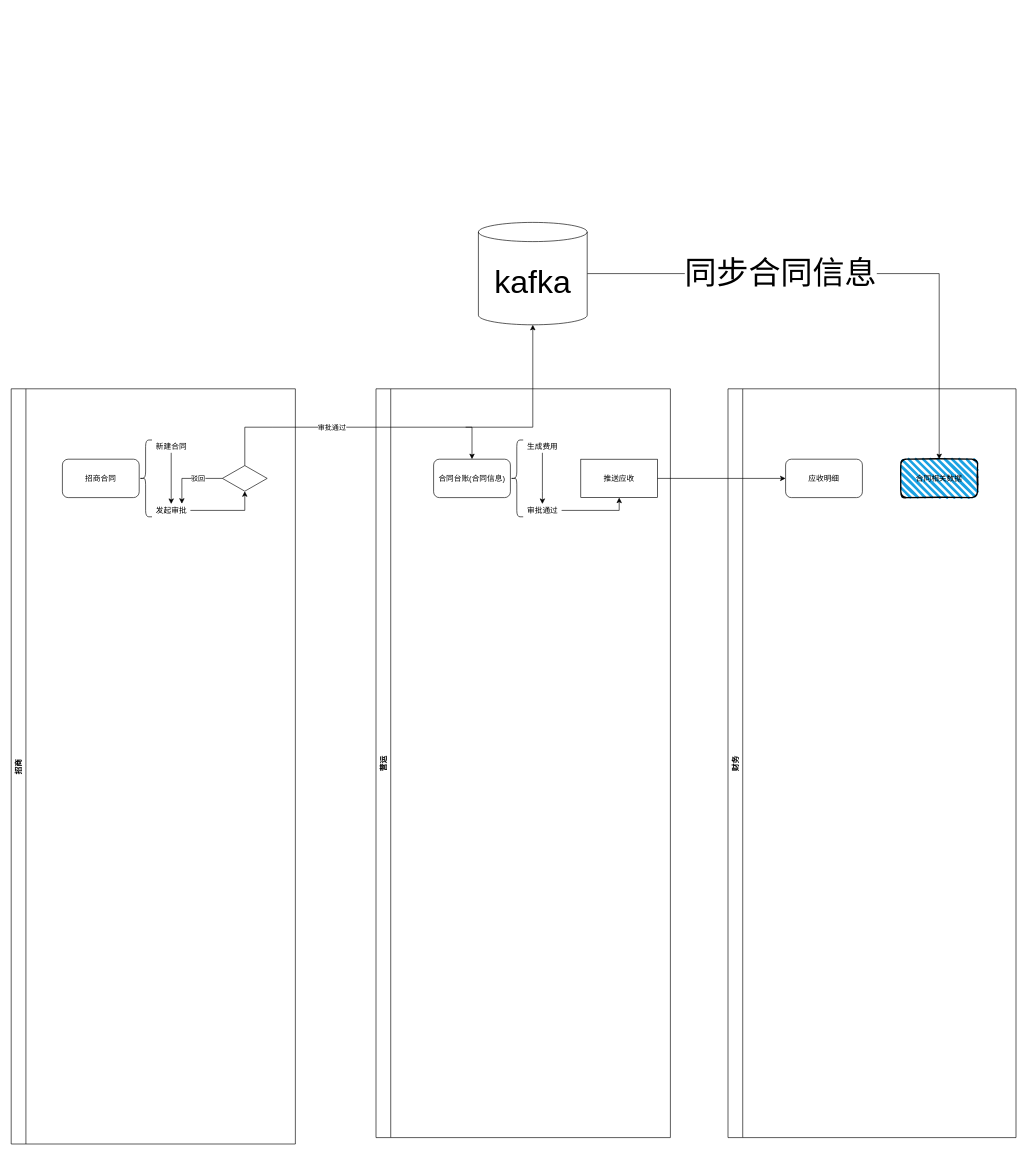
Earlier version of the draw.io diagram Untitled Diagram.drawio (lanrenspace/elementui-admin-template). Source tidied: cells renumbered, new cells numbered last; positions are measured from the earlier drawing's top-left corner, leaving out a move shared by most shapes. Both pictures are drawn from the tidied source at 64%, with x=0, y=0 at pixel (11, 222).
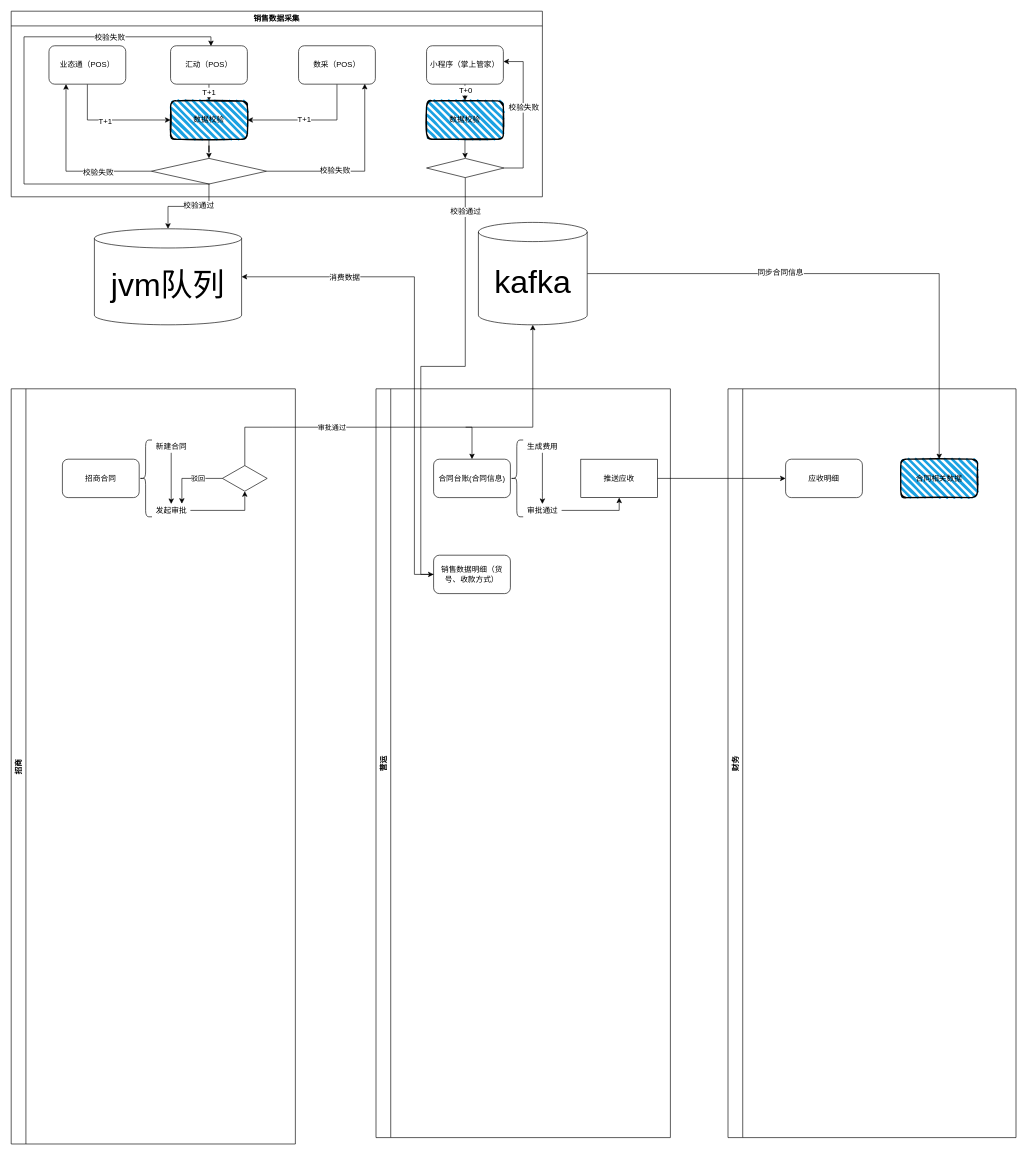
The same diagram, later.

Commit message:
数据采集流程

The change refers to these unchanged cells:
```xml
<mxCell id="12" value="营运" style="swimlane;horizontal=0;startSize=23;" parent="1" vertex="1">
  <mxGeometry x="570" y="260" width="460" height="1170" as="geometry" />
</mxCell>
<mxCell id="27" style="edgeStyle=orthogonalEdgeStyle;rounded=0;jettySize=auto;html=1;fontSize=50;" parent="1" edge="1" source="29" target="23">
  <mxGeometry relative="1" as="geometry" />
</mxCell>
```

The edit, as a diff of the source:
```diff
@@
+    <mxCell id="30" value="销售数据明细（货号、收款方式）" style="rounded=1;whiteSpace=wrap;html=1;fontSize=12;" parent="12" vertex="1">
+      <mxGeometry x="90" y="260" width="120" height="60" as="geometry" />
+    </mxCell>
@@
-    <mxCell id="28" value="同步合同信息" style="edgeLabel;html=1;align=center;verticalAlign=middle;fontSize=50;" parent="27" vertex="1">
+    <mxCell id="28" value="同步合同信息" style="edgeLabel;html=1;align=center;verticalAlign=middle;fontSize=12;" parent="27" vertex="1">
       <mxGeometry x="-0.28" y="2" relative="1" as="geometry">
         <mxPoint x="-1" as="offset" />
       </mxGeometry>
     </mxCell>
@@
+    <mxCell id="31" value="销售数据采集" style="swimlane;fontSize=12;" parent="1" vertex="1">
+      <mxGeometry y="-330" width="830" height="290" as="geometry" />
+    </mxCell>
+    <mxCell id="32" style="edgeStyle=orthogonalEdgeStyle;rounded=0;jettySize=auto;html=1;fontSize=12;entryX=0;entryY=0.5;entryDx=0;entryDy=0;" parent="31" edge="1" source="34" target="44">
+      <mxGeometry relative="1" as="geometry">
+        <Array as="points">
+          <mxPoint x="119" y="170" />
+        </Array>
+      </mxGeometry>
+    </mxCell>
+    <mxCell id="33" value="T+1" style="edgeLabel;html=1;align=center;verticalAlign=middle;fontSize=12;" parent="32" vertex="1">
+      <mxGeometry x="-0.11" y="-1" relative="1" as="geometry" />
+    </mxCell>
+    <mxCell id="34" value="业态通（POS）" style="rounded=1;whiteSpace=wrap;html=1;fontSize=12;" parent="31" vertex="1">
+      <mxGeometry x="59" y="54" width="120" height="60" as="geometry" />
+    </mxCell>
+    <mxCell id="35" value="T+1" style="edgeStyle=orthogonalEdgeStyle;rounded=0;jettySize=auto;html=1;entryX=0.5;entryY=0;entryDx=0;entryDy=0;fontSize=12;" parent="31" edge="1" source="36" target="44">
+      <mxGeometry relative="1" as="geometry" />
+    </mxCell>
+    <mxCell id="36" value="汇动（POS）" style="rounded=1;whiteSpace=wrap;html=1;fontSize=12;" parent="31" vertex="1">
+      <mxGeometry x="249" y="54" width="120" height="60" as="geometry" />
+    </mxCell>
+    <mxCell id="37" style="edgeStyle=orthogonalEdgeStyle;rounded=0;jettySize=auto;html=1;fontSize=12;entryX=1;entryY=0.5;entryDx=0;entryDy=0;" parent="31" edge="1" source="39" target="44">
+      <mxGeometry relative="1" as="geometry">
+        <Array as="points">
+          <mxPoint x="509" y="170" />
+        </Array>
+      </mxGeometry>
+    </mxCell>
+    <mxCell id="38" value="T+1" style="edgeLabel;html=1;align=center;verticalAlign=middle;fontSize=12;" parent="37" vertex="1">
+      <mxGeometry x="0.1" y="-1" relative="1" as="geometry" />
+    </mxCell>
+    <mxCell id="39" value="数采（POS）" style="rounded=1;whiteSpace=wrap;html=1;fontSize=12;" parent="31" vertex="1">
+      <mxGeometry x="449" y="54" width="120" height="60" as="geometry" />
+    </mxCell>
+    <mxCell id="40" style="edgeStyle=orthogonalEdgeStyle;rounded=0;jettySize=auto;html=1;entryX=0.5;entryY=0;entryDx=0;entryDy=0;fontSize=12;" parent="31" edge="1" source="42" target="53">
+      <mxGeometry relative="1" as="geometry" />
+    </mxCell>
+    <mxCell id="41" value="T+0" style="edgeLabel;html=1;align=center;verticalAlign=middle;fontSize=12;" parent="40" vertex="1">
+      <mxGeometry x="0.36" relative="1" as="geometry" />
+    </mxCell>
+    <mxCell id="42" value="小程序（掌上管家）" style="rounded=1;whiteSpace=wrap;html=1;fontSize=12;" parent="31" vertex="1">
+      <mxGeometry x="649" y="54" width="120" height="60" as="geometry" />
+    </mxCell>
+    <mxCell id="43" style="edgeStyle=orthogonalEdgeStyle;rounded=0;jettySize=auto;html=1;fontSize=12;" parent="31" edge="1" source="44" target="49">
+      <mxGeometry relative="1" as="geometry" />
+    </mxCell>
+    <mxCell id="44" value="数据校验" style="rounded=1;whiteSpace=wrap;html=1;strokeWidth=2;fillWeight=4;hachureGap=8;hachureAngle=45;fillColor=#1ba1e2;sketch=1;fontSize=12;" parent="31" vertex="1">
+      <mxGeometry x="249" y="140" width="120" height="60" as="geometry" />
+    </mxCell>
+    <mxCell id="45" style="edgeStyle=orthogonalEdgeStyle;rounded=0;jettySize=auto;html=1;exitX=0;exitY=0.5;exitDx=0;exitDy=0;entryX=0.222;entryY=0.999;entryDx=0;entryDy=0;entryPerimeter=0;fontSize=50;" parent="31" edge="1" source="49" target="34">
+      <mxGeometry relative="1" as="geometry" />
+    </mxCell>
+    <mxCell id="46" value="校验失败" style="edgeLabel;html=1;align=center;verticalAlign=middle;fontSize=12;" parent="45" vertex="1">
+      <mxGeometry x="-0.38" y="1" relative="1" as="geometry" />
+    </mxCell>
+    <mxCell id="47" style="edgeStyle=orthogonalEdgeStyle;rounded=0;jettySize=auto;html=1;exitX=1;exitY=0.5;exitDx=0;exitDy=0;entryX=0.862;entryY=0.992;entryDx=0;entryDy=0;entryPerimeter=0;fontSize=12;" parent="31" edge="1" source="49" target="39">
+      <mxGeometry relative="1" as="geometry" />
+    </mxCell>
+    <mxCell id="48" value="校验失败" style="edgeLabel;html=1;align=center;verticalAlign=middle;fontSize=12;" parent="47" vertex="1">
+      <mxGeometry x="-0.27" y="2" relative="1" as="geometry" />
+    </mxCell>
+    <mxCell id="49" style="rhombus;whiteSpace=wrap;html=1;fontSize=12;" parent="31" vertex="1">
+      <mxGeometry x="219" y="230" width="180" height="40" as="geometry" />
+    </mxCell>
+    <mxCell id="50" style="edgeStyle=orthogonalEdgeStyle;rounded=0;jettySize=auto;html=1;fontSize=12;entryX=0.526;entryY=0.009;entryDx=0;entryDy=0;entryPerimeter=0;" parent="31" edge="1" target="36">
+      <mxGeometry relative="1" as="geometry">
+        <mxPoint x="310" y="270" as="sourcePoint" />
+        <Array as="points">
+          <mxPoint x="303" y="270" />
+          <mxPoint x="20" y="270" />
+          <mxPoint x="20" y="40" />
+          <mxPoint x="312" y="40" />
+        </Array>
+      </mxGeometry>
+    </mxCell>
+    <mxCell id="51" value="校验失败" style="edgeLabel;html=1;align=center;verticalAlign=middle;fontSize=12;" parent="50" vertex="1">
+      <mxGeometry x="0.58" relative="1" as="geometry" />
+    </mxCell>
+    <mxCell id="52" style="edgeStyle=orthogonalEdgeStyle;rounded=0;jettySize=auto;html=1;entryX=0.5;entryY=0;entryDx=0;entryDy=0;fontSize=12;" parent="31" edge="1" source="53" target="56">
+      <mxGeometry relative="1" as="geometry" />
+    </mxCell>
+    <mxCell id="53" value="数据校验" style="rounded=1;whiteSpace=wrap;html=1;strokeWidth=2;fillWeight=4;hachureGap=8;hachureAngle=45;fillColor=#1ba1e2;sketch=1;fontSize=12;" parent="31" vertex="1">
+      <mxGeometry x="649" y="140" width="120" height="60" as="geometry" />
+    </mxCell>
+    <mxCell id="54" style="edgeStyle=orthogonalEdgeStyle;rounded=0;jettySize=auto;html=1;exitX=1;exitY=0.5;exitDx=0;exitDy=0;entryX=1.001;entryY=0.411;entryDx=0;entryDy=0;entryPerimeter=0;fontSize=12;" parent="31" edge="1" source="56" target="42">
+      <mxGeometry relative="1" as="geometry">
+        <Array as="points">
+          <mxPoint x="800" y="245" />
+          <mxPoint x="800" y="79" />
+        </Array>
+      </mxGeometry>
+    </mxCell>
+    <mxCell id="55" value="校验失败" style="edgeLabel;html=1;align=center;verticalAlign=middle;fontSize=12;" parent="54" vertex="1">
+      <mxGeometry x="0.1" relative="1" as="geometry" />
+    </mxCell>
+    <mxCell id="56" style="rhombus;whiteSpace=wrap;html=1;fontSize=12;" parent="31" vertex="1">
+      <mxGeometry x="649" y="230" width="121" height="30" as="geometry" />
+    </mxCell>
+    <mxCell id="57" value="jvm队列" style="shape=cylinder3;whiteSpace=wrap;html=1;boundedLbl=1;backgroundOutline=1;size=15;fontSize=50;" parent="1" vertex="1">
+      <mxGeometry x="130" y="10" width="230" height="150" as="geometry" />
+    </mxCell>
+    <mxCell id="58" style="edgeStyle=orthogonalEdgeStyle;rounded=0;jettySize=auto;html=1;entryX=0.5;entryY=0;entryDx=0;entryDy=0;entryPerimeter=0;fontSize=12;" parent="1" edge="1" source="49" target="57">
+      <mxGeometry relative="1" as="geometry" />
+    </mxCell>
+    <mxCell id="59" value="校验通过" style="edgeLabel;html=1;align=center;verticalAlign=middle;fontSize=12;" parent="58" vertex="1">
+      <mxGeometry x="-0.23" y="-2" relative="1" as="geometry" />
+    </mxCell>
+    <mxCell id="60" style="edgeStyle=orthogonalEdgeStyle;rounded=0;jettySize=auto;html=1;entryX=1;entryY=0.5;entryDx=0;entryDy=0;entryPerimeter=0;fontSize=12;" parent="1" edge="1" source="30" target="57">
+      <mxGeometry relative="1" as="geometry">
+        <Array as="points">
+          <mxPoint x="630" y="550" />
+          <mxPoint x="630" y="85" />
+        </Array>
+      </mxGeometry>
+    </mxCell>
+    <mxCell id="61" value="消费数据" style="edgeLabel;html=1;align=center;verticalAlign=middle;fontSize=12;" parent="60" vertex="1">
+      <mxGeometry x="0.39" y="2" relative="1" as="geometry">
+        <mxPoint x="-73" y="-2" as="offset" />
+      </mxGeometry>
+    </mxCell>
+    <mxCell id="62" style="edgeStyle=orthogonalEdgeStyle;rounded=0;jettySize=auto;html=1;exitX=0.5;exitY=1;exitDx=0;exitDy=0;entryX=0;entryY=0.5;entryDx=0;entryDy=0;fontSize=12;" parent="1" edge="1" source="56" target="30">
+      <mxGeometry relative="1" as="geometry" />
+    </mxCell>
+    <mxCell id="63" value="校验通过" style="edgeLabel;html=1;align=center;verticalAlign=middle;fontSize=12;" parent="62" vertex="1">
+      <mxGeometry x="-0.85" relative="1" as="geometry" />
+    </mxCell>
```
